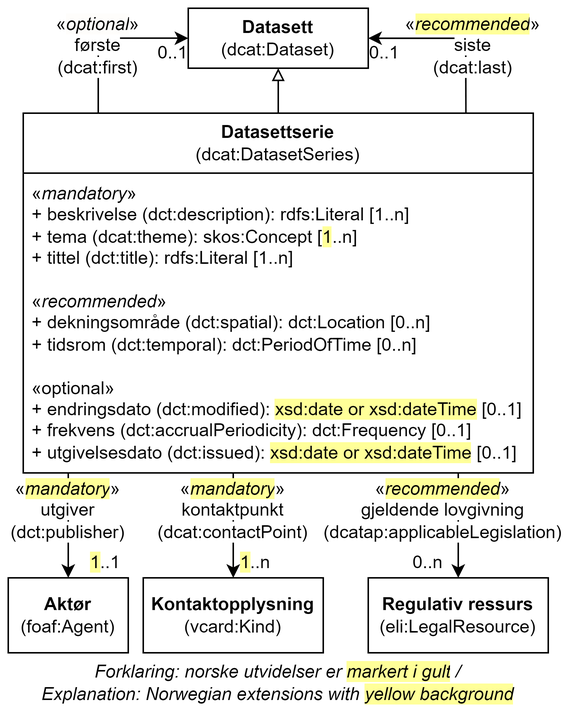
Earlier version of the draw.io export docs/images/Klassen-Datasettserie.png (Informasjonsforvaltning/dcat-ap-no). Source tidied: cells renumbered, new cells last; positions are measured from the earlier drawing's top-left corner, leaving out a move shared by most shapes.
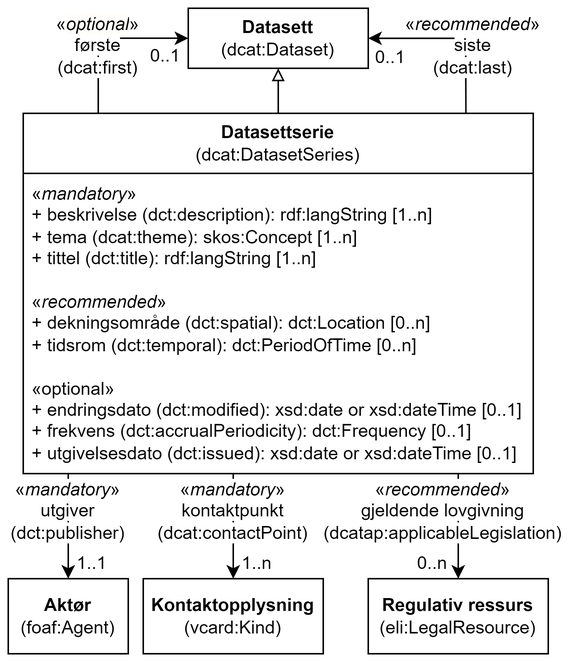
Above is the later version.

The edit, as a diff of the source:
```diff
@@ -5,7 +5,7 @@
     <mxCell id="2" value="Datasettserie&lt;br&gt;&lt;span style=&quot;font-weight: normal;&quot;&gt;(dcat:DatasetSeries)&lt;/span&gt;" style="swimlane;whiteSpace=wrap;html=1;startSize=40;" parent="1" vertex="1">
       <mxGeometry x="10" y="70" width="340" height="240" as="geometry" />
     </mxCell>
-    <mxCell id="3" value="«&lt;i&gt;mandatory&lt;/i&gt;»&lt;br&gt;&lt;div&gt;+ beskrivelse (dct:description): rdfs:Literal [1..n]&lt;/div&gt;+ tema (dcat:theme): skos:Concept [&lt;span style=&quot;background-color: rgb(255, 255, 153);&quot;&gt;1&lt;/span&gt;..n]&lt;br&gt;+ tittel (dct:title): rdfs:Literal [1..n]&lt;br&gt;&lt;br&gt;&lt;div&gt;«&lt;i&gt;recommended&lt;/i&gt;»&lt;/div&gt;&lt;div&gt;&lt;span style=&quot;background-color: initial;&quot;&gt;+ dekningsområde (dct:spatial): dct:Location [0..n]&lt;/span&gt;&lt;br&gt;&lt;/div&gt;&lt;div&gt;&lt;span style=&quot;background-color: initial;&quot;&gt;+ tidsrom (dct:temporal): dct:PeriodOfTime [0..n]&lt;/span&gt;&lt;br&gt;&lt;/div&gt;&lt;div&gt;&lt;br&gt;&lt;/div&gt;&lt;div&gt;&lt;div&gt;«optional»&lt;/div&gt;&lt;div&gt;+ endringsdato (dct:modified): &lt;span style=&quot;background-color: rgb(255, 255, 153);&quot;&gt;xsd:date or xsd:dateTime&lt;/span&gt; [0..1]&lt;/div&gt;&lt;div&gt;+ frekvens (dct:accrualPeriodicity): dct:Frequency [0..1]&lt;/div&gt;&lt;div&gt;+ utgivelsesdato (dct:issued): &lt;span style=&quot;background-color: rgb(255, 255, 153);&quot;&gt;xsd:date or xsd:dateTime&lt;/span&gt; [0..1]&lt;/div&gt;&lt;/div&gt;" style="text;strokeColor=none;fillColor=none;align=left;verticalAlign=top;spacingLeft=4;spacingRight=4;overflow=hidden;whiteSpace=wrap;html=1;" parent="2" vertex="1">
+    <mxCell id="3" value="«&lt;i&gt;mandatory&lt;/i&gt;»&lt;br&gt;&lt;div&gt;+ beskrivelse (dct:description): rdf:langString [1..n]&lt;/div&gt;+ tema (dcat:theme): skos:Concept [1..n]&lt;br&gt;+ tittel (dct:title):&amp;nbsp;rdf:langString&amp;nbsp;[1..n]&lt;br&gt;&lt;br&gt;&lt;div&gt;«&lt;i&gt;recommended&lt;/i&gt;»&lt;/div&gt;&lt;div&gt;+ dekningsområde (dct:spatial): dct:Location [0..n]&lt;br&gt;&lt;/div&gt;&lt;div&gt;+ tidsrom (dct:temporal): dct:PeriodOfTime [0..n]&lt;br&gt;&lt;/div&gt;&lt;div&gt;&lt;br&gt;&lt;/div&gt;&lt;div&gt;&lt;div&gt;«optional»&lt;/div&gt;&lt;div&gt;+ endringsdato (dct:modified): xsd:date or xsd:dateTime [0..1]&lt;/div&gt;&lt;div&gt;+ frekvens (dct:accrualPeriodicity): dct:Frequency [0..1]&lt;/div&gt;&lt;div&gt;+ utgivelsesdato (dct:issued): xsd:date or xsd:dateTime [0..1]&lt;/div&gt;&lt;/div&gt;" style="text;strokeColor=none;fillColor=none;align=left;verticalAlign=top;spacingLeft=4;spacingRight=4;overflow=hidden;whiteSpace=wrap;html=1;" parent="2" vertex="1">
       <mxGeometry y="40" width="340" height="210" as="geometry" />
     </mxCell>
     <mxCell id="4" value="&lt;b&gt;Aktør&lt;/b&gt;&lt;br&gt;(foaf:Agent)" style="rounded=0;whiteSpace=wrap;html=1;" parent="1" vertex="1">
@@ -16,11 +16,11 @@
         <mxPoint x="40" y="310" as="sourcePoint" />
       </mxGeometry>
     </mxCell>
-    <mxCell id="6" value="&lt;span style=&quot;background-color: rgb(255, 255, 255);&quot;&gt;«&lt;/span&gt;&lt;i style=&quot;border-color: var(--border-color); text-align: left; background-color: rgb(255, 255, 153);&quot;&gt;mandatory&lt;/i&gt;&lt;span style=&quot;background-color: rgb(255, 255, 255); text-align: left;&quot;&gt;»&lt;br&gt;&lt;/span&gt;&lt;span style=&quot;background-color: rgb(255, 255, 255);&quot;&gt;utgiver (dct:publisher)&lt;/span&gt;" style="text;html=1;strokeColor=none;fillColor=none;align=center;verticalAlign=middle;whiteSpace=wrap;rounded=0;" parent="1" vertex="1">
+    <mxCell id="6" value="&lt;span style=&quot;background-color: rgb(255, 255, 255);&quot;&gt;«&lt;i style=&quot;border-color: var(--border-color); text-align: left;&quot;&gt;mandatory&lt;/i&gt;&lt;span style=&quot;text-align: left;&quot;&gt;»&lt;br&gt;&lt;/span&gt;utgiver (dct:publisher)&lt;/span&gt;" style="text;html=1;strokeColor=none;fillColor=none;align=center;verticalAlign=middle;whiteSpace=wrap;rounded=0;" parent="1" vertex="1">
       <mxGeometry x="10" y="320" width="60" height="30" as="geometry" />
     </mxCell>
-    <mxCell id="7" value="&lt;span style=&quot;background-color: rgb(255, 255, 153);&quot;&gt;1&lt;/span&gt;..1" style="text;html=1;strokeColor=none;fillColor=none;align=center;verticalAlign=middle;whiteSpace=wrap;rounded=0;" parent="1" vertex="1">
-      <mxGeometry x="50" y="360" width="30" height="20" as="geometry" />
+    <mxCell id="7" value="&lt;span style=&quot;background-color: rgb(255, 255, 255);&quot;&gt;1..1&lt;/span&gt;" style="text;html=1;strokeColor=none;fillColor=none;align=center;verticalAlign=middle;whiteSpace=wrap;rounded=0;" parent="1" vertex="1">
+      <mxGeometry x="41" y="360" width="30" height="20" as="geometry" />
     </mxCell>
     <mxCell id="8" value="&lt;span style=&quot;background-color: rgb(255, 255, 255);&quot;&gt;&lt;b style=&quot;&quot;&gt;Datasett&lt;br&gt;&lt;/b&gt;(dcat:Dataset)&lt;/span&gt;" style="rounded=0;whiteSpace=wrap;html=1;" parent="1" vertex="1">
       <mxGeometry x="120" width="120" height="40" as="geometry" />
@@ -33,24 +33,24 @@
         <mxPoint x="150" y="310" as="sourcePoint" />
       </mxGeometry>
     </mxCell>
-    <mxCell id="11" value="&lt;span style=&quot;background-color: rgb(255, 255, 153);&quot;&gt;1&lt;/span&gt;..n" style="text;html=1;strokeColor=none;fillColor=none;align=center;verticalAlign=middle;whiteSpace=wrap;rounded=0;" parent="1" vertex="1">
-      <mxGeometry x="150" y="360" width="30" height="20" as="geometry" />
+    <mxCell id="11" value="&lt;span style=&quot;background-color: rgb(255, 255, 255);&quot;&gt;1..n&lt;/span&gt;" style="text;html=1;strokeColor=none;fillColor=none;align=center;verticalAlign=middle;whiteSpace=wrap;rounded=0;" parent="1" vertex="1">
+      <mxGeometry x="151" y="360" width="30" height="20" as="geometry" />
     </mxCell>
-    <mxCell id="12" value="&lt;span style=&quot;background-color: rgb(255, 255, 255);&quot;&gt;«&lt;/span&gt;&lt;i style=&quot;border-color: var(--border-color); text-align: left; background-color: rgb(255, 255, 153);&quot;&gt;mandatory&lt;/i&gt;&lt;span style=&quot;background-color: rgb(255, 255, 255); text-align: left;&quot;&gt;»&lt;br&gt;&lt;/span&gt;&lt;span style=&quot;background-color: rgb(255, 255, 255);&quot;&gt;kontaktpunkt&lt;/span&gt;&lt;br&gt;&lt;span style=&quot;background-color: rgb(255, 255, 255);&quot;&gt;(dcat:contactPoint)&lt;/span&gt;" style="text;html=1;strokeColor=none;fillColor=none;align=center;verticalAlign=middle;whiteSpace=wrap;rounded=0;" parent="1" vertex="1">
+    <mxCell id="12" value="&lt;span style=&quot;background-color: rgb(255, 255, 255);&quot;&gt;«&lt;i style=&quot;border-color: var(--border-color); text-align: left;&quot;&gt;mandatory&lt;/i&gt;&lt;span style=&quot;text-align: left;&quot;&gt;»&lt;br&gt;&lt;/span&gt;kontaktpunkt&lt;br&gt;(dcat:contactPoint)&lt;/span&gt;" style="text;html=1;strokeColor=none;fillColor=none;align=center;verticalAlign=middle;whiteSpace=wrap;rounded=0;" parent="1" vertex="1">
       <mxGeometry x="120" y="320" width="60" height="30" as="geometry" />
     </mxCell>
     <mxCell id="13" value="&lt;b&gt;Regulativ ressurs&lt;/b&gt;&lt;br&gt;(eli:LegalResource)" style="html=1;whiteSpace=wrap;" parent="1" vertex="1">
       <mxGeometry x="240" y="380" width="120" height="50" as="geometry" />
     </mxCell>
     <mxCell id="14" value="0..n" style="text;html=1;strokeColor=none;fillColor=none;align=center;verticalAlign=middle;whiteSpace=wrap;rounded=0;" parent="1" vertex="1">
-      <mxGeometry x="266" y="360" width="28" height="20" as="geometry" />
+      <mxGeometry x="269" y="360" width="28" height="20" as="geometry" />
     </mxCell>
     <mxCell id="15" style="endArrow=classic;html=1;rounded=0;" parent="1" edge="1" target="13">
       <mxGeometry relative="1" as="geometry">
         <mxPoint x="300" y="310" as="sourcePoint" />
       </mxGeometry>
     </mxCell>
-    <mxCell id="16" value="«&lt;i style=&quot;background-color: rgb(255, 255, 153);&quot;&gt;recommended&lt;/i&gt;»&lt;br&gt;&lt;span style=&quot;background-color: rgb(255, 255, 255);&quot;&gt;gjeldende lovgivning&lt;br&gt;(dcatap:applicableLegislation)&lt;/span&gt;" style="text;html=1;align=center;verticalAlign=middle;whiteSpace=wrap;rounded=0;" parent="1" vertex="1">
+    <mxCell id="16" value="&lt;span style=&quot;background-color: rgb(255, 255, 255);&quot;&gt;«&lt;i style=&quot;&quot;&gt;recommended&lt;/i&gt;»&lt;br&gt;gjeldende lovgivning&lt;br&gt;(dcatap:applicableLegislation)&lt;/span&gt;" style="text;html=1;align=center;verticalAlign=middle;whiteSpace=wrap;rounded=0;" parent="1" vertex="1">
       <mxGeometry x="250" y="320" width="80" height="30" as="geometry" />
     </mxCell>
     <mxCell id="17" style="endArrow=block;html=1;rounded=0;exitX=0.5;exitY=0;exitDx=0;exitDy=0;entryX=0.5;entryY=1;entryDx=0;entryDy=0;endFill=0;" parent="1" edge="1" source="2" target="8">
@@ -74,17 +74,14 @@
     <mxCell id="20" value="&lt;span style=&quot;background-color: rgb(255, 255, 255); color: rgb(0, 0, 0); font-family: Helvetica; font-size: 12px; font-style: normal; font-variant-ligatures: normal; font-variant-caps: normal; font-weight: 400; letter-spacing: normal; orphans: 2; text-align: left; text-indent: 0px; text-transform: none; widows: 2; word-spacing: 0px; -webkit-text-stroke-width: 0px; white-space: normal; text-decoration-thickness: initial; text-decoration-style: initial; text-decoration-color: initial; float: none; display: inline !important;&quot;&gt;«&lt;/span&gt;&lt;i style=&quot;forced-color-adjust: none; color: rgb(0, 0, 0); font-family: Helvetica; font-size: 12px; font-variant-ligatures: normal; font-variant-caps: normal; font-weight: 400; letter-spacing: normal; orphans: 2; text-align: left; text-indent: 0px; text-transform: none; widows: 2; word-spacing: 0px; -webkit-text-stroke-width: 0px; white-space: normal; text-decoration-thickness: initial; text-decoration-style: initial; text-decoration-color: initial; background-color: rgb(254, 253, 251);&quot;&gt;optional&lt;/i&gt;&lt;span style=&quot;background-color: rgb(255, 255, 255); color: rgb(0, 0, 0); font-family: Helvetica; font-size: 12px; font-style: normal; font-variant-ligatures: normal; font-variant-caps: normal; font-weight: 400; letter-spacing: normal; orphans: 2; text-align: left; text-indent: 0px; text-transform: none; widows: 2; word-spacing: 0px; -webkit-text-stroke-width: 0px; white-space: normal; text-decoration-thickness: initial; text-decoration-style: initial; text-decoration-color: initial; float: none; display: inline !important;&quot;&gt;»&lt;/span&gt;&lt;br&gt;&lt;span style=&quot;background-color: rgb(255, 255, 255); text-align: left;&quot;&gt;første&lt;/span&gt;&lt;div&gt;&lt;span style=&quot;text-align: left; background-color: rgb(255, 255, 255);&quot;&gt;(dcat:first)&lt;/span&gt;&lt;/div&gt;" style="text;html=1;align=center;verticalAlign=middle;whiteSpace=wrap;rounded=0;" parent="1" vertex="1">
       <mxGeometry x="30" y="10" width="60" height="30" as="geometry" />
     </mxCell>
-    <mxCell id="21" value="&lt;span style=&quot;background-color: rgb(255, 255, 255); color: rgb(0, 0, 0); font-family: Helvetica; font-size: 12px; font-style: normal; font-variant-ligatures: normal; font-variant-caps: normal; font-weight: 400; letter-spacing: normal; orphans: 2; text-align: left; text-indent: 0px; text-transform: none; widows: 2; word-spacing: 0px; -webkit-text-stroke-width: 0px; white-space: normal; text-decoration-thickness: initial; text-decoration-style: initial; text-decoration-color: initial; float: none; display: inline !important;&quot;&gt;«&lt;/span&gt;&lt;i style=&quot;forced-color-adjust: none; color: rgb(0, 0, 0); font-family: Helvetica; font-size: 12px; font-variant-ligatures: normal; font-variant-caps: normal; font-weight: 400; letter-spacing: normal; orphans: 2; text-align: left; text-indent: 0px; text-transform: none; widows: 2; word-spacing: 0px; -webkit-text-stroke-width: 0px; white-space: normal; text-decoration-thickness: initial; text-decoration-style: initial; text-decoration-color: initial; background-color: rgb(255, 255, 153);&quot;&gt;recommended&lt;/i&gt;&lt;span style=&quot;background-color: rgb(255, 255, 255); color: rgb(0, 0, 0); font-family: Helvetica; font-size: 12px; font-style: normal; font-variant-ligatures: normal; font-variant-caps: normal; font-weight: 400; letter-spacing: normal; orphans: 2; text-align: left; text-indent: 0px; text-transform: none; widows: 2; word-spacing: 0px; -webkit-text-stroke-width: 0px; white-space: normal; text-decoration-thickness: initial; text-decoration-style: initial; text-decoration-color: initial; float: none; display: inline !important;&quot;&gt;»&lt;/span&gt;&lt;br&gt;&lt;span style=&quot;background-color: rgb(255, 255, 255); text-align: left;&quot;&gt;siste&lt;/span&gt;&lt;div&gt;&lt;span style=&quot;text-align: left; background-color: rgb(255, 255, 255);&quot;&gt;(dcat:last)&lt;/span&gt;&lt;/div&gt;" style="text;html=1;align=center;verticalAlign=middle;whiteSpace=wrap;rounded=0;" parent="1" vertex="1">
+    <mxCell id="21" value="&lt;span style=&quot;background-color: rgb(255, 255, 255);&quot;&gt;&lt;span style=&quot;color: rgb(0, 0, 0); font-family: Helvetica; font-size: 12px; font-style: normal; font-variant-ligatures: normal; font-variant-caps: normal; font-weight: 400; letter-spacing: normal; orphans: 2; text-align: left; text-indent: 0px; text-transform: none; widows: 2; word-spacing: 0px; -webkit-text-stroke-width: 0px; white-space: normal; text-decoration-thickness: initial; text-decoration-style: initial; text-decoration-color: initial; float: none; display: inline !important;&quot;&gt;«&lt;/span&gt;&lt;i style=&quot;forced-color-adjust: none; color: rgb(0, 0, 0); font-family: Helvetica; font-size: 12px; font-variant-ligatures: normal; font-variant-caps: normal; font-weight: 400; letter-spacing: normal; orphans: 2; text-align: left; text-indent: 0px; text-transform: none; widows: 2; word-spacing: 0px; -webkit-text-stroke-width: 0px; white-space: normal; text-decoration-thickness: initial; text-decoration-style: initial; text-decoration-color: initial;&quot;&gt;recommended&lt;/i&gt;&lt;span style=&quot;color: rgb(0, 0, 0); font-family: Helvetica; font-size: 12px; font-style: normal; font-variant-ligatures: normal; font-variant-caps: normal; font-weight: 400; letter-spacing: normal; orphans: 2; text-align: left; text-indent: 0px; text-transform: none; widows: 2; word-spacing: 0px; -webkit-text-stroke-width: 0px; white-space: normal; text-decoration-thickness: initial; text-decoration-style: initial; text-decoration-color: initial; float: none; display: inline !important;&quot;&gt;»&lt;/span&gt;&lt;br&gt;&lt;span style=&quot;text-align: left;&quot;&gt;siste&lt;/span&gt;&lt;/span&gt;&lt;div&gt;&lt;span style=&quot;text-align: left; background-color: rgb(255, 255, 255);&quot;&gt;(dcat:last)&lt;/span&gt;&lt;/div&gt;" style="text;html=1;align=center;verticalAlign=middle;whiteSpace=wrap;rounded=0;" parent="1" vertex="1">
       <mxGeometry x="280" y="10" width="60" height="30" as="geometry" />
     </mxCell>
     <mxCell id="22" value="0..1" style="text;html=1;align=center;verticalAlign=middle;whiteSpace=wrap;rounded=0;" parent="1" vertex="1">
-      <mxGeometry x="100" y="20" width="20" height="20" as="geometry" />
+      <mxGeometry x="95" y="22" width="20" height="20" as="geometry" />
     </mxCell>
     <mxCell id="23" value="0..1" style="text;html=1;align=center;verticalAlign=middle;whiteSpace=wrap;rounded=0;" parent="1" vertex="1">
-      <mxGeometry x="236" y="20" width="30" height="20" as="geometry" />
+      <mxGeometry x="240" y="23" width="30" height="20" as="geometry" />
     </mxCell>
-    <mxCell id="24" value="Forklaring: norske utvidelser er&amp;nbsp;&lt;span style=&quot;background-color: rgb(255, 255, 153);&quot;&gt;markert i gult&lt;/span&gt;&lt;span style=&quot;background-color: rgb(255 , 255 , 255)&quot;&gt;&amp;nbsp;/ &lt;br&gt;&lt;/span&gt;Explanation:&amp;nbsp;&lt;span style=&quot;background-color: rgb(255 , 255 , 255)&quot;&gt;Norwegian extensions with &lt;/span&gt;&lt;span style=&quot;background-color: rgb(255, 255, 153);&quot;&gt;yellow background&lt;/span&gt;" style="text;html=1;strokeColor=none;fillColor=none;align=center;verticalAlign=middle;whiteSpace=wrap;rounded=0;fontStyle=2;" parent="1" vertex="1">
-      <mxGeometry y="440" width="360" height="20" as="geometry" />
-    </mxCell>
   </root>
 </mxGraphModel>
```
